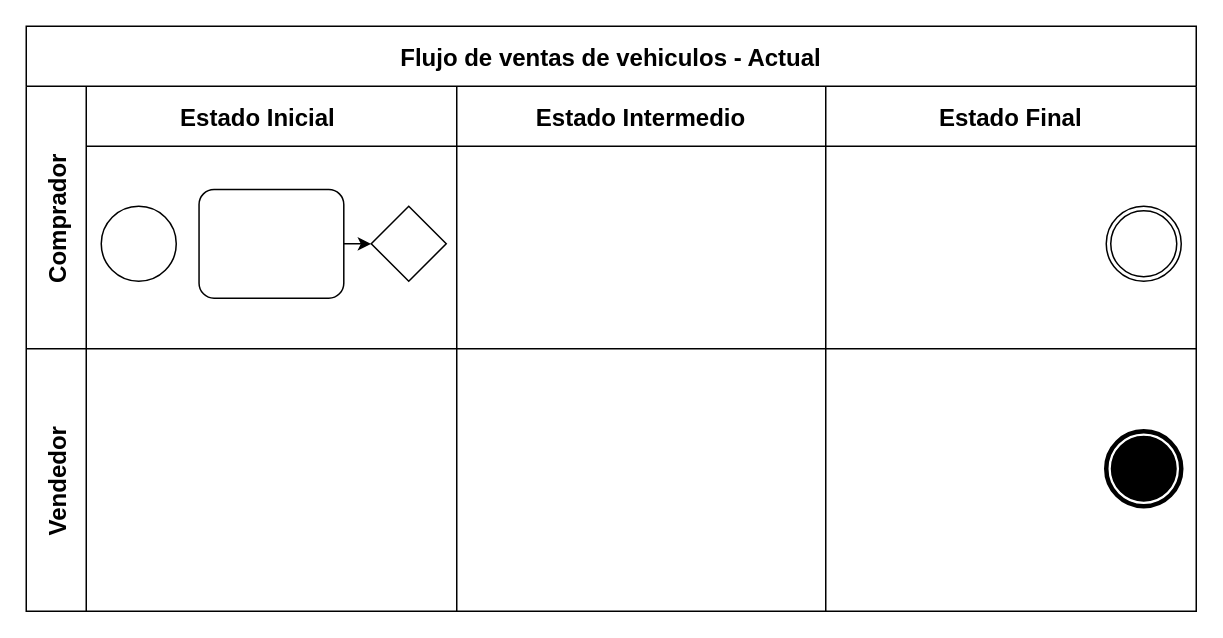
MiltonDr/AutoDeal keeps this draw.io diagram as page "Modelo BPM - Actual" (1 of 6) of 1. Planear/AutoDeal.drawio. Above is the earlier version. Source tidied: cells renumbered, new cells numbered last; positions are measured from the earlier drawing's top-left corner, leaving out a move shared by most shapes. Both pictures are drawn from the tidied source at 150%, with x=0, y=0 at pixel (26, 26).
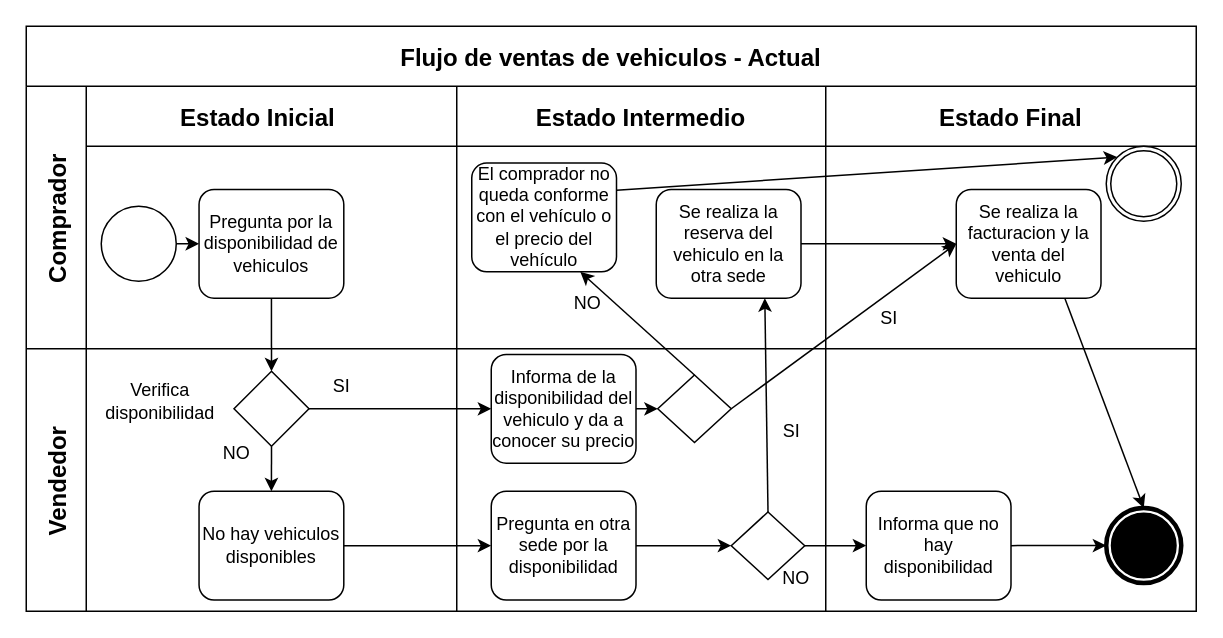
The same diagram, later.

Unchanged cells that the change refers to:
```xml
<mxCell id="2" value="Flujo de ventas de vehiculos - Actual" style="shape=table;childLayout=tableLayout;startSize=40;fontSize=16;fontStyle=1;swimlaneFillColor=none;" parent="1" vertex="1">
  <mxGeometry width="780" height="390" as="geometry" />
</mxCell>
<mxCell id="3" value="Comprador" style="shape=tableRow;horizontal=0;swimlaneHead=0;swimlaneBody=0;top=0;left=0;strokeColor=inherit;bottom=0;right=0;fontStyle=1;fillColor=none;startSize=40;fontSize=16;" parent="2" vertex="1">
  <mxGeometry y="40" width="780" height="175" as="geometry" />
</mxCell>
<mxCell id="4" value="Estado Inicial    " style="swimlane;swimlaneHead=0;swimlaneBody=0;fontStyle=1;strokeColor=inherit;fillColor=none;startSize=40;fontSize=16;" parent="3" vertex="1">
  <mxGeometry x="40" width="247" height="175" as="geometry" />
</mxCell>
<mxCell id="5" style="points=[[0.145,0.145,0],[0.5,0,0],[0.855,0.145,0],[1,0.5,0],[0.855,0.855,0],[0.5,1,0],[0.145,0.855,0],[0,0.5,0]];shape=mxgraph.bpmn.event;html=1;verticalLabelPosition=bottom;labelBackgroundColor=#ffffff;verticalAlign=top;align=center;perimeter=ellipsePerimeter;outlineConnect=0;outline=standard;symbol=general;" parent="4" vertex="1">
  <mxGeometry x="10" y="80" width="50" height="50" as="geometry" />
</mxCell>
<mxCell id="9" value="Estado Intermedio" style="swimlane;swimlaneHead=0;swimlaneBody=0;fontStyle=1;strokeColor=inherit;fillColor=none;startSize=40;fontSize=16;" parent="3" vertex="1">
  <mxGeometry x="287" width="246" height="175" as="geometry" />
</mxCell>
<mxCell id="10" value="Estado Final" style="swimlane;swimlaneHead=0;swimlaneBody=0;fontStyle=1;strokeColor=inherit;fillColor=none;startSize=40;fontSize=16;" parent="3" vertex="1">
  <mxGeometry x="533" width="247" height="175" as="geometry" />
</mxCell>
<mxCell id="12" value="Vendedor" style="shape=tableRow;horizontal=0;swimlaneHead=0;swimlaneBody=0;top=0;left=0;strokeColor=inherit;bottom=0;right=0;fontStyle=1;fillColor=none;startSize=40;fontSize=16;" parent="2" vertex="1">
  <mxGeometry y="215" width="780" height="175" as="geometry" />
</mxCell>
<mxCell id="13" style="swimlane;swimlaneHead=0;swimlaneBody=0;fontStyle=1;strokeColor=inherit;fillColor=none;startSize=0;fontSize=16;" parent="12" vertex="1">
  <mxGeometry x="40" width="247" height="175" as="geometry" />
</mxCell>
<mxCell id="14" style="swimlane;swimlaneHead=0;swimlaneBody=0;fontStyle=1;strokeColor=inherit;fillColor=none;startSize=0;fontSize=16;" parent="12" vertex="1">
  <mxGeometry x="287" width="246" height="175" as="geometry" />
</mxCell>
<mxCell id="15" style="swimlane;swimlaneHead=0;swimlaneBody=0;fontStyle=1;strokeColor=inherit;fillColor=none;startSize=0;fontSize=16;" parent="12" vertex="1">
  <mxGeometry x="533" width="247" height="175" as="geometry" />
</mxCell>
```

Diff of the diagram source:
```diff
@@
+    <mxCell id="17" style="edgeStyle=none;rounded=0;jettySize=auto;html=1;exitX=1;exitY=0.5;exitDx=0;exitDy=0;exitPerimeter=0;entryX=0;entryY=0.5;entryDx=0;entryDy=0;entryPerimeter=0;" parent="4" edge="1" source="5" target="7">
+      <mxGeometry relative="1" as="geometry" />
+    </mxCell>
@@
-    <mxCell id="6" style="edgeStyle=orthogonalEdgeStyle;rounded=0;jettySize=auto;html=1;exitX=1;exitY=0.5;exitDx=0;exitDy=0;exitPerimeter=0;entryX=0;entryY=0.5;entryDx=0;entryDy=0;entryPerimeter=0;" parent="4" edge="1" source="7" target="8">
-      <mxGeometry relative="1" as="geometry" />
-    </mxCell>
-    <mxCell id="7" style="points=[[0.25,0,0],[0.5,0,0],[0.75,0,0],[1,0.25,0],[1,0.5,0],[1,0.75,0],[0.75,1,0],[0.5,1,0],[0.25,1,0],[0,0.75,0],[0,0.5,0],[0,0.25,0]];shape=mxgraph.bpmn.task;whiteSpace=wrap;rectStyle=rounded;size=10;html=1;taskMarker=abstract;" parent="4" vertex="1">
+    <mxCell id="7" value="Pregunta por la disponibilidad de vehiculos" style="points=[[0.25,0,0],[0.5,0,0],[0.75,0,0],[1,0.25,0],[1,0.5,0],[1,0.75,0],[0.75,1,0],[0.5,1,0],[0.25,1,0],[0,0.75,0],[0,0.5,0],[0,0.25,0]];shape=mxgraph.bpmn.task;whiteSpace=wrap;rectStyle=rounded;size=10;html=1;taskMarker=abstract;" parent="4" vertex="1">
       <mxGeometry x="75.2" y="68.8" width="96.5" height="72.5" as="geometry" />
     </mxCell>
-    <mxCell id="8" style="points=[[0.25,0.25,0],[0.5,0,0],[0.75,0.25,0],[1,0.5,0],[0.75,0.75,0],[0.5,1,0],[0.25,0.75,0],[0,0.5,0]];shape=mxgraph.bpmn.gateway2;html=1;verticalLabelPosition=bottom;labelBackgroundColor=#ffffff;verticalAlign=top;align=center;perimeter=rhombusPerimeter;outlineConnect=0;outline=none;symbol=none;" parent="4" vertex="1">
-      <mxGeometry x="190" y="80" width="50" height="50" as="geometry" />
-    </mxCell>
@@
+    <mxCell id="18" value="Se realiza la reserva del vehiculo en la otra sede" style="points=[[0.25,0,0],[0.5,0,0],[0.75,0,0],[1,0.25,0],[1,0.5,0],[1,0.75,0],[0.75,1,0],[0.5,1,0],[0.25,1,0],[0,0.75,0],[0,0.5,0],[0,0.25,0]];shape=mxgraph.bpmn.task;whiteSpace=wrap;rectStyle=rounded;size=10;html=1;taskMarker=abstract;" parent="9" vertex="1">
+      <mxGeometry x="133" y="68.8" width="96.5" height="72.5" as="geometry" />
+    </mxCell>
+    <mxCell id="19" value="El comprador no queda conforme con el vehículo o el precio del vehículo" style="points=[[0.25,0,0],[0.5,0,0],[0.75,0,0],[1,0.25,0],[1,0.5,0],[1,0.75,0],[0.75,1,0],[0.5,1,0],[0.25,1,0],[0,0.75,0],[0,0.5,0],[0,0.25,0]];shape=mxgraph.bpmn.task;whiteSpace=wrap;rectStyle=rounded;size=10;html=1;taskMarker=abstract;" parent="9" vertex="1">
+      <mxGeometry x="10" y="51.2" width="96.5" height="72.5" as="geometry" />
+    </mxCell>
+    <mxCell id="20" value="NO" style="text;html=1;align=center;verticalAlign=middle;strokeColor=none;fillColor=none;" parent="9" vertex="1">
+      <mxGeometry x="67" y="130" width="40" height="30" as="geometry" />
+    </mxCell>
@@
-    <mxCell id="11" style="shape=mxgraph.bpmn.event;html=1;verticalLabelPosition=bottom;labelBackgroundColor=#ffffff;verticalAlign=top;align=center;perimeter=ellipsePerimeter;outline=throwing;symbol=general;" parent="10" vertex="1">
-      <mxGeometry x="187" y="80" width="50" height="50" as="geometry" />
-    </mxCell>
+    <mxCell id="21" value="Se realiza la facturacion y la venta del vehiculo" style="points=[[0.25,0,0],[0.5,0,0],[0.75,0,0],[1,0.25,0],[1,0.5,0],[1,0.75,0],[0.75,1,0],[0.5,1,0],[0.25,1,0],[0,0.75,0],[0,0.5,0],[0,0.25,0]];shape=mxgraph.bpmn.task;whiteSpace=wrap;rectStyle=rounded;size=10;html=1;taskMarker=abstract;" parent="10" vertex="1">
+      <mxGeometry x="87" y="68.8" width="96.5" height="72.5" as="geometry" />
+    </mxCell>
+    <mxCell id="22" style="points=[[0.145,0.145,0],[0.5,0,0],[0.855,0.145,0],[1,0.5,0],[0.855,0.855,0],[0.5,1,0],[0.145,0.855,0],[0,0.5,0]];shape=mxgraph.bpmn.event;html=1;verticalLabelPosition=bottom;labelBackgroundColor=#ffffff;verticalAlign=top;align=center;perimeter=ellipsePerimeter;outlineConnect=0;outline=throwing;symbol=general;" parent="10" vertex="1">
+      <mxGeometry x="187" y="40" width="50" height="50" as="geometry" />
+    </mxCell>
+    <mxCell id="23" value="SI" style="text;html=1;align=center;verticalAlign=middle;strokeColor=none;fillColor=none;" parent="10" vertex="1">
+      <mxGeometry x="27" y="140" width="30" height="30" as="geometry" />
+    </mxCell>
+    <mxCell id="24" style="edgeStyle=none;rounded=0;jettySize=auto;html=1;exitX=1;exitY=0.5;exitDx=0;exitDy=0;exitPerimeter=0;entryX=0;entryY=0.5;entryDx=0;entryDy=0;entryPerimeter=0;" parent="3" edge="1" source="18" target="21">
+      <mxGeometry relative="1" as="geometry" />
+    </mxCell>
+    <mxCell id="25" style="edgeStyle=none;rounded=0;jettySize=auto;html=1;exitX=1;exitY=0.25;exitDx=0;exitDy=0;exitPerimeter=0;entryX=0.145;entryY=0.145;entryDx=0;entryDy=0;entryPerimeter=0;" parent="3" edge="1" source="19" target="22">
+      <mxGeometry relative="1" as="geometry" />
+    </mxCell>
@@
+    <mxCell id="8" style="points=[[0.25,0.25,0],[0.5,0,0],[0.75,0.25,0],[1,0.5,0],[0.75,0.75,0],[0.5,1,0],[0.25,0.75,0],[0,0.5,0]];shape=mxgraph.bpmn.gateway2;html=1;verticalLabelPosition=bottom;labelBackgroundColor=#ffffff;verticalAlign=top;align=center;perimeter=rhombusPerimeter;outlineConnect=0;outline=none;symbol=none;" parent="13" vertex="1">
+      <mxGeometry x="98.5" y="15" width="50" height="50" as="geometry" />
+    </mxCell>
+    <mxCell id="26" value="Verifica &lt;br&gt;disponibilidad" style="text;html=1;align=center;verticalAlign=middle;strokeColor=none;fillColor=none;" parent="13" vertex="1">
+      <mxGeometry x="-1.5" y="15" width="100" height="40" as="geometry" />
+    </mxCell>
+    <mxCell id="27" value="No hay vehiculos disponibles" style="points=[[0.25,0,0],[0.5,0,0],[0.75,0,0],[1,0.25,0],[1,0.5,0],[1,0.75,0],[0.75,1,0],[0.5,1,0],[0.25,1,0],[0,0.75,0],[0,0.5,0],[0,0.25,0]];shape=mxgraph.bpmn.task;whiteSpace=wrap;rectStyle=rounded;size=10;html=1;taskMarker=abstract;" parent="13" vertex="1">
+      <mxGeometry x="75.2" y="95" width="96.5" height="72.5" as="geometry" />
+    </mxCell>
+    <mxCell id="28" style="edgeStyle=none;rounded=0;jettySize=auto;html=1;exitX=0.5;exitY=1;exitDx=0;exitDy=0;exitPerimeter=0;entryX=0.5;entryY=0;entryDx=0;entryDy=0;entryPerimeter=0;" parent="13" edge="1" source="8" target="27">
+      <mxGeometry relative="1" as="geometry" />
+    </mxCell>
+    <mxCell id="29" value="NO" style="text;html=1;align=center;verticalAlign=middle;strokeColor=none;fillColor=none;" parent="13" vertex="1">
+      <mxGeometry x="80" y="55" width="40" height="30" as="geometry" />
+    </mxCell>
@@
+    <mxCell id="30" style="edgeStyle=none;rounded=0;jettySize=auto;html=1;exitX=1;exitY=0.5;exitDx=0;exitDy=0;exitPerimeter=0;entryX=0;entryY=0.5;entryDx=0;entryDy=0;" parent="14" edge="1" source="31" target="35">
+      <mxGeometry relative="1" as="geometry" />
+    </mxCell>
+    <mxCell id="31" value="Informa de la disponibilidad del vehiculo y da a conocer su precio" style="points=[[0.25,0,0],[0.5,0,0],[0.75,0,0],[1,0.25,0],[1,0.5,0],[1,0.75,0],[0.75,1,0],[0.5,1,0],[0.25,1,0],[0,0.75,0],[0,0.5,0],[0,0.25,0]];shape=mxgraph.bpmn.task;whiteSpace=wrap;rectStyle=rounded;size=10;html=1;taskMarker=abstract;" parent="14" vertex="1">
+      <mxGeometry x="23" y="3.8" width="96.5" height="72.5" as="geometry" />
+    </mxCell>
+    <mxCell id="32" style="edgeStyle=none;rounded=0;jettySize=auto;html=1;exitX=1;exitY=0.5;exitDx=0;exitDy=0;exitPerimeter=0;entryX=0;entryY=0.5;entryDx=0;entryDy=0;" parent="14" edge="1" source="33" target="34">
+      <mxGeometry relative="1" as="geometry" />
+    </mxCell>
+    <mxCell id="33" value="Pregunta en otra sede por la disponibilidad" style="points=[[0.25,0,0],[0.5,0,0],[0.75,0,0],[1,0.25,0],[1,0.5,0],[1,0.75,0],[0.75,1,0],[0.5,1,0],[0.25,1,0],[0,0.75,0],[0,0.5,0],[0,0.25,0]];shape=mxgraph.bpmn.task;whiteSpace=wrap;rectStyle=rounded;size=10;html=1;taskMarker=abstract;" parent="14" vertex="1">
+      <mxGeometry x="23" y="95" width="96.5" height="72.5" as="geometry" />
+    </mxCell>
+    <mxCell id="34" style="rhombus;whiteSpace=wrap;html=1;" parent="14" vertex="1">
+      <mxGeometry x="183" y="108.8" width="49" height="45" as="geometry" />
+    </mxCell>
+    <mxCell id="35" style="rhombus;whiteSpace=wrap;html=1;" parent="14" vertex="1">
+      <mxGeometry x="134" y="17.5" width="49" height="45" as="geometry" />
+    </mxCell>
+    <mxCell id="36" value="NO" style="text;html=1;align=center;verticalAlign=middle;strokeColor=none;fillColor=none;" parent="14" vertex="1">
+      <mxGeometry x="206" y="137.5" width="40" height="30" as="geometry" />
+    </mxCell>
@@
     <mxCell id="16" style="points=[[0.145,0.145,0],[0.5,0,0],[0.855,0.145,0],[1,0.5,0],[0.855,0.855,0],[0.5,1,0],[0.145,0.855,0],[0,0.5,0]];shape=mxgraph.bpmn.event;html=1;verticalLabelPosition=bottom;labelBackgroundColor=#ffffff;verticalAlign=top;align=center;perimeter=ellipsePerimeter;outlineConnect=0;outline=end;symbol=terminate;" parent="15" vertex="1">
-      <mxGeometry x="187" y="55" width="50" height="50" as="geometry" />
+      <mxGeometry x="187" y="106.2" width="50" height="50" as="geometry" />
     </mxCell>
+    <mxCell id="37" style="edgeStyle=none;rounded=0;jettySize=auto;html=1;exitX=1;exitY=0.5;exitDx=0;exitDy=0;exitPerimeter=0;entryX=0;entryY=0.5;entryDx=0;entryDy=0;entryPerimeter=0;" parent="15" edge="1" source="38" target="16">
+      <mxGeometry relative="1" as="geometry" />
+    </mxCell>
+    <mxCell id="38" value="Informa que no hay disponibilidad" style="points=[[0.25,0,0],[0.5,0,0],[0.75,0,0],[1,0.25,0],[1,0.5,0],[1,0.75,0],[0.75,1,0],[0.5,1,0],[0.25,1,0],[0,0.75,0],[0,0.5,0],[0,0.25,0]];shape=mxgraph.bpmn.task;whiteSpace=wrap;rectStyle=rounded;size=10;html=1;taskMarker=abstract;" parent="15" vertex="1">
+      <mxGeometry x="27" y="95" width="96.5" height="72.5" as="geometry" />
+    </mxCell>
+    <mxCell id="39" style="edgeStyle=none;rounded=0;jettySize=auto;html=1;exitX=1;exitY=0.5;exitDx=0;exitDy=0;exitPerimeter=0;entryX=0;entryY=0.5;entryDx=0;entryDy=0;entryPerimeter=0;" parent="12" edge="1" source="27" target="33">
+      <mxGeometry relative="1" as="geometry" />
+    </mxCell>
+    <mxCell id="40" style="edgeStyle=none;rounded=0;jettySize=auto;html=1;exitX=1;exitY=0.5;exitDx=0;exitDy=0;exitPerimeter=0;entryX=0;entryY=0.5;entryDx=0;entryDy=0;entryPerimeter=0;" parent="12" edge="1" source="8" target="31">
+      <mxGeometry relative="1" as="geometry" />
+    </mxCell>
+    <mxCell id="41" style="edgeStyle=none;rounded=0;jettySize=auto;html=1;exitX=1;exitY=0.5;exitDx=0;exitDy=0;entryX=0;entryY=0.5;entryDx=0;entryDy=0;entryPerimeter=0;" parent="12" edge="1" source="34" target="38">
+      <mxGeometry relative="1" as="geometry" />
+    </mxCell>
+    <mxCell id="6" style="rounded=0;jettySize=auto;html=1;exitX=0.5;exitY=1;exitDx=0;exitDy=0;exitPerimeter=0;entryX=0.5;entryY=0;entryDx=0;entryDy=0;entryPerimeter=0;" parent="2" edge="1" source="7" target="8">
+      <mxGeometry relative="1" as="geometry" />
+    </mxCell>
+    <mxCell id="42" style="edgeStyle=none;rounded=0;jettySize=auto;html=1;exitX=0.5;exitY=0;exitDx=0;exitDy=0;entryX=0.75;entryY=1;entryDx=0;entryDy=0;entryPerimeter=0;" parent="2" edge="1" source="34" target="18">
+      <mxGeometry relative="1" as="geometry" />
+    </mxCell>
+    <mxCell id="43" style="edgeStyle=none;rounded=0;jettySize=auto;html=1;exitX=1;exitY=0.5;exitDx=0;exitDy=0;entryX=0;entryY=0.5;entryDx=0;entryDy=0;entryPerimeter=0;" parent="2" edge="1" source="35" target="21">
+      <mxGeometry relative="1" as="geometry" />
+    </mxCell>
+    <mxCell id="44" style="edgeStyle=none;rounded=0;jettySize=auto;html=1;exitX=0.75;exitY=1;exitDx=0;exitDy=0;exitPerimeter=0;entryX=0.5;entryY=0;entryDx=0;entryDy=0;entryPerimeter=0;" parent="2" edge="1" source="21" target="16">
+      <mxGeometry relative="1" as="geometry" />
+    </mxCell>
+    <mxCell id="45" style="edgeStyle=none;rounded=0;jettySize=auto;html=1;exitX=0.5;exitY=0;exitDx=0;exitDy=0;entryX=0.75;entryY=1;entryDx=0;entryDy=0;entryPerimeter=0;" parent="2" edge="1" source="35" target="19">
+      <mxGeometry relative="1" as="geometry" />
+    </mxCell>
+    <mxCell id="46" value="SI" style="text;html=1;align=center;verticalAlign=middle;strokeColor=none;fillColor=none;" parent="1" vertex="1">
+      <mxGeometry x="195" y="225" width="30" height="30" as="geometry" />
+    </mxCell>
+    <mxCell id="47" value="SI" style="text;html=1;align=center;verticalAlign=middle;strokeColor=none;fillColor=none;" parent="1" vertex="1">
+      <mxGeometry x="495" y="255" width="30" height="30" as="geometry" />
+    </mxCell>
```
